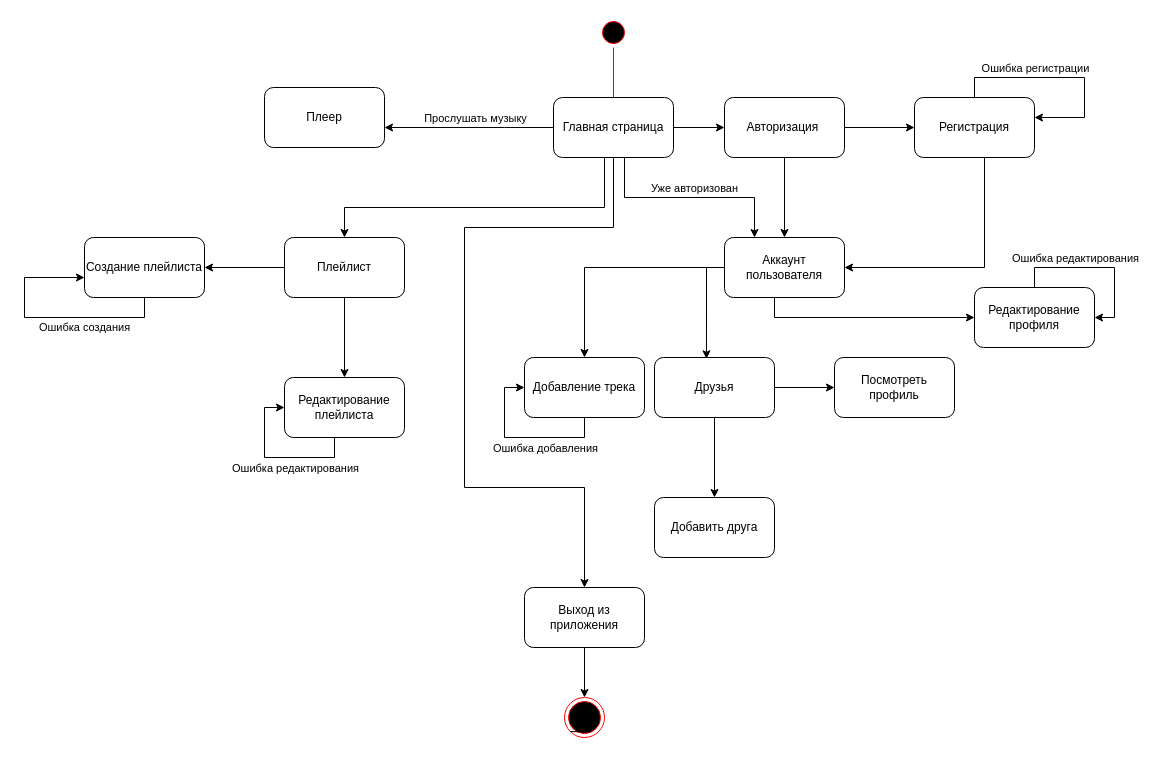
Before: Диаграммы/Диаграмма состояния/Диаграмма состояния.drawio in Roman-30/--5.2-1, a draw.io diagram. Source tidied: cells renumbered, new cells numbered last; positions are measured from the earlier drawing's top-left corner, leaving out a move shared by most shapes. Both pictures are drawn from the tidied source at 100%, with x=0, y=0 at pixel (24, 17).
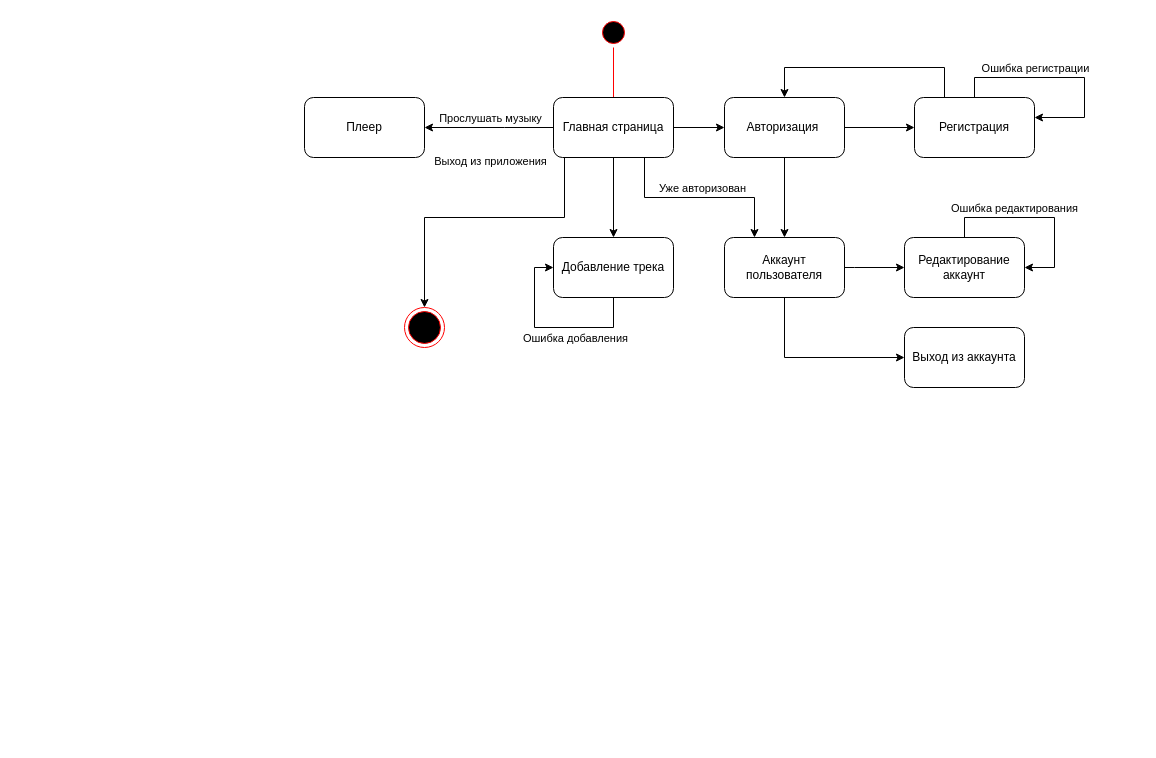
The same diagram, later.

Unchanged cells that the change refers to:
```xml
<mxCell id="12" value="Главная страница" style="rounded=1;whiteSpace=wrap;html=1;" parent="1" vertex="1">
  <mxGeometry x="529" y="80" width="120" height="60" as="geometry" />
</mxCell>
<mxCell id="17" value="Аккаунт пользователя" style="rounded=1;whiteSpace=wrap;html=1;" parent="1" vertex="1">
  <mxGeometry x="700" y="220" width="120" height="60" as="geometry" />
</mxCell>
<mxCell id="19" value="Регистрация" style="rounded=1;whiteSpace=wrap;html=1;" parent="1" vertex="1">
  <mxGeometry x="890" y="80" width="120" height="60" as="geometry" />
</mxCell>
<mxCell id="22" value="Авторизация&amp;nbsp;" style="rounded=1;whiteSpace=wrap;html=1;" parent="1" vertex="1">
  <mxGeometry x="700" y="80" width="120" height="60" as="geometry" />
</mxCell>
```

Change to the diagram source:
```diff
@@
     <mxCell id="4" style="ellipse;html=1;shape=endState;fillColor=#000000;strokeColor=#ff0000;" parent="1" vertex="1">
-      <mxGeometry x="540" y="680" width="40" height="40" as="geometry" />
+      <mxGeometry x="380" y="290" width="40" height="40" as="geometry" />
     </mxCell>
@@
-    <mxCell id="8" style="edgeStyle=orthogonalEdgeStyle;rounded=0;jettySize=auto;html=1;entryX=0.5;entryY=0;entryDx=0;entryDy=0;" parent="1" edge="1" source="12" target="28">
-      <mxGeometry relative="1" as="geometry">
-        <Array as="points">
-          <mxPoint x="580" y="190" />
-          <mxPoint x="320" y="190" />
-        </Array>
-      </mxGeometry>
-    </mxCell>
-    <mxCell id="9" style="edgeStyle=orthogonalEdgeStyle;rounded=0;jettySize=auto;html=1;entryX=0.5;entryY=0;entryDx=0;entryDy=0;" parent="1" edge="1" source="12" target="24">
-      <mxGeometry relative="1" as="geometry">
-        <Array as="points">
-          <mxPoint x="589" y="210" />
-          <mxPoint x="440" y="210" />
-          <mxPoint x="440" y="470" />
-          <mxPoint x="560" y="470" />
-        </Array>
-      </mxGeometry>
-    </mxCell>
     <mxCell id="10" style="edgeStyle=orthogonalEdgeStyle;rounded=0;jettySize=auto;html=1;entryX=0.25;entryY=0;entryDx=0;entryDy=0;" parent="1" edge="1" source="12" target="17">
       <mxGeometry relative="1" as="geometry">
         <Array as="points">
-          <mxPoint x="600" y="180" />
+          <mxPoint x="620" y="180" />
           <mxPoint x="730" y="180" />
         </Array>
       </mxGeometry>
     </mxCell>
@@
+    <mxCell id="47" style="edgeStyle=orthogonalEdgeStyle;rounded=0;jettySize=auto;html=1;" parent="1" edge="1" source="12" target="35">
+      <mxGeometry relative="1" as="geometry" />
+    </mxCell>
+    <mxCell id="48" style="edgeStyle=orthogonalEdgeStyle;rounded=0;jettySize=auto;html=1;entryX=0.5;entryY=0;entryDx=0;entryDy=0;" parent="1" edge="1" source="12" target="4">
+      <mxGeometry relative="1" as="geometry">
+        <Array as="points">
+          <mxPoint x="540" y="200" />
+          <mxPoint x="400" y="200" />
+        </Array>
+      </mxGeometry>
+    </mxCell>
+    <mxCell id="24" value="Выход из приложения" style="edgeLabel;html=1;align=center;verticalAlign=middle;points=[];" parent="48" vertex="1">
+      <mxGeometry x="0.35" y="-1" relative="1" as="geometry">
+        <mxPoint x="61" y="-56" as="offset" />
+      </mxGeometry>
+    </mxCell>
@@
-    <mxCell id="13" style="edgeStyle=orthogonalEdgeStyle;rounded=0;orthogonalLoop=1;jettySize=auto;html=1;exitX=0;exitY=1;exitDx=0;exitDy=0;entryX=0.533;entryY=0.667;entryDx=0;entryDy=0;entryPerimeter=0;" parent="1" edge="1" source="4" target="4">
-      <mxGeometry relative="1" as="geometry" />
-    </mxCell>
     <mxCell id="14" style="edgeStyle=orthogonalEdgeStyle;rounded=0;jettySize=auto;html=1;entryX=0;entryY=0.5;entryDx=0;entryDy=0;" parent="1" edge="1" source="17" target="25">
       <mxGeometry relative="1" as="geometry">
         <Array as="points">
-          <mxPoint x="750" y="300" />
+          <mxPoint x="830" y="250" />
+          <mxPoint x="830" y="250" />
         </Array>
       </mxGeometry>
     </mxCell>
-    <mxCell id="15" style="edgeStyle=orthogonalEdgeStyle;rounded=0;jettySize=auto;html=1;entryX=0.433;entryY=0.022;entryDx=0;entryDy=0;entryPerimeter=0;" parent="1" edge="1" source="17" target="31">
-      <mxGeometry relative="1" as="geometry">
-        <Array as="points">
-          <mxPoint x="682" y="250" />
-        </Array>
-      </mxGeometry>
-    </mxCell>
-    <mxCell id="16" style="edgeStyle=orthogonalEdgeStyle;rounded=0;jettySize=auto;html=1;entryX=0.5;entryY=0;entryDx=0;entryDy=0;" parent="1" edge="1" source="17" target="35">
-      <mxGeometry relative="1" as="geometry" />
-    </mxCell>
+    <mxCell id="49" style="edgeStyle=orthogonalEdgeStyle;rounded=0;jettySize=auto;html=1;" parent="1" edge="1" source="17" target="51">
+      <mxGeometry relative="1" as="geometry">
+        <Array as="points">
+          <mxPoint x="760" y="340" />
+        </Array>
+      </mxGeometry>
+    </mxCell>
@@
-    <mxCell id="18" style="edgeStyle=orthogonalEdgeStyle;rounded=0;jettySize=auto;html=1;entryX=1;entryY=0.5;entryDx=0;entryDy=0;" parent="1" edge="1" source="19" target="17">
-      <mxGeometry relative="1" as="geometry">
-        <Array as="points">
-          <mxPoint x="960" y="250" />
-        </Array>
-      </mxGeometry>
-    </mxCell>
+    <mxCell id="50" style="edgeStyle=orthogonalEdgeStyle;rounded=0;jettySize=auto;html=1;entryX=0.5;entryY=0;entryDx=0;entryDy=0;" parent="1" edge="1" source="19" target="22">
+      <mxGeometry relative="1" as="geometry">
+        <Array as="points">
+          <mxPoint x="920" y="50" />
+          <mxPoint x="760" y="50" />
+        </Array>
+      </mxGeometry>
+    </mxCell>
@@
-    <mxCell id="23" style="edgeStyle=orthogonalEdgeStyle;rounded=0;jettySize=auto;html=1;entryX=0.5;entryY=0;entryDx=0;entryDy=0;" parent="1" edge="1" source="24" target="4">
-      <mxGeometry relative="1" as="geometry" />
-    </mxCell>
-    <mxCell id="24" value="Выход из приложения" style="rounded=1;whiteSpace=wrap;html=1;" parent="1" vertex="1">
-      <mxGeometry x="500" y="570" width="120" height="60" as="geometry" />
-    </mxCell>
-    <mxCell id="25" value="Редактирование профиля" style="rounded=1;whiteSpace=wrap;html=1;" parent="1" vertex="1">
-      <mxGeometry x="950" y="270" width="120" height="60" as="geometry" />
+    <mxCell id="25" value="Редактирование аккаунт" style="rounded=1;whiteSpace=wrap;html=1;" parent="1" vertex="1">
+      <mxGeometry x="880" y="220" width="120" height="60" as="geometry" />
     </mxCell>
-    <mxCell id="26" style="edgeStyle=orthogonalEdgeStyle;rounded=0;jettySize=auto;html=1;" parent="1" edge="1" source="28" target="42">
-      <mxGeometry relative="1" as="geometry" />
-    </mxCell>
-    <mxCell id="27" style="edgeStyle=orthogonalEdgeStyle;rounded=0;jettySize=auto;html=1;" parent="1" edge="1" source="28" target="45">
-      <mxGeometry relative="1" as="geometry" />
-    </mxCell>
-    <mxCell id="28" value="Плейлист" style="rounded=1;whiteSpace=wrap;html=1;" parent="1" vertex="1">
-      <mxGeometry x="260" y="220" width="120" height="60" as="geometry" />
-    </mxCell>
-    <mxCell id="29" style="edgeStyle=orthogonalEdgeStyle;rounded=0;jettySize=auto;html=1;" parent="1" edge="1" source="31" target="32">
-      <mxGeometry relative="1" as="geometry" />
-    </mxCell>
-    <mxCell id="30" style="edgeStyle=orthogonalEdgeStyle;rounded=0;jettySize=auto;html=1;" parent="1" edge="1" source="31" target="33">
-      <mxGeometry relative="1" as="geometry" />
-    </mxCell>
-    <mxCell id="31" value="Друзья" style="rounded=1;whiteSpace=wrap;html=1;" parent="1" vertex="1">
-      <mxGeometry x="630" y="340" width="120" height="60" as="geometry" />
-    </mxCell>
-    <mxCell id="32" value="Добавить друга" style="whiteSpace=wrap;html=1;rounded=1;" parent="1" vertex="1">
-      <mxGeometry x="630" y="480" width="120" height="60" as="geometry" />
-    </mxCell>
-    <mxCell id="33" value="Посмотреть профиль" style="rounded=1;whiteSpace=wrap;html=1;" parent="1" vertex="1">
-      <mxGeometry x="810" y="340" width="120" height="60" as="geometry" />
-    </mxCell>
     <mxCell id="34" value="Плеер" style="rounded=1;whiteSpace=wrap;html=1;" parent="1" vertex="1">
-      <mxGeometry x="240" y="70" width="120" height="60" as="geometry" />
+      <mxGeometry x="280" y="80" width="120" height="60" as="geometry" />
     </mxCell>
     <mxCell id="35" value="Добавление трека" style="rounded=1;whiteSpace=wrap;html=1;" parent="1" vertex="1">
-      <mxGeometry x="500" y="340" width="120" height="60" as="geometry" />
+      <mxGeometry x="529" y="220" width="120" height="60" as="geometry" />
     </mxCell>
@@
     <mxCell id="38" style="edgeStyle=orthogonalEdgeStyle;rounded=0;orthogonalLoop=1;jettySize=auto;html=1;entryX=1;entryY=0.5;entryDx=0;entryDy=0;" parent="1" edge="1" source="25" target="25">
       <mxGeometry relative="1" as="geometry">
         <Array as="points">
-          <mxPoint x="1010" y="250" />
-          <mxPoint x="1090" y="250" />
-          <mxPoint x="1090" y="300" />
+          <mxPoint x="940" y="200" />
+          <mxPoint x="1030" y="200" />
+          <mxPoint x="1030" y="250" />
         </Array>
       </mxGeometry>
     </mxCell>
@@
     <mxCell id="40" style="edgeStyle=orthogonalEdgeStyle;rounded=0;orthogonalLoop=1;jettySize=auto;html=1;entryX=0;entryY=0.5;entryDx=0;entryDy=0;" parent="1" edge="1" source="35" target="35">
       <mxGeometry relative="1" as="geometry">
         <Array as="points">
-          <mxPoint x="560" y="420" />
-          <mxPoint x="480" y="420" />
-          <mxPoint x="480" y="370" />
+          <mxPoint x="589" y="310" />
+          <mxPoint x="510" y="310" />
+          <mxPoint x="510" y="250" />
         </Array>
       </mxGeometry>
     </mxCell>
@@
-    <mxCell id="42" value="Редактирование плейлиста" style="rounded=1;whiteSpace=wrap;html=1;" parent="1" vertex="1">
-      <mxGeometry x="260" y="360" width="120" height="60" as="geometry" />
-    </mxCell>
-    <mxCell id="43" style="edgeStyle=orthogonalEdgeStyle;rounded=0;jettySize=auto;html=1;" parent="1" edge="1" source="42">
-      <mxGeometry relative="1" as="geometry">
-        <mxPoint x="260" y="390" as="targetPoint" />
-        <Array as="points">
-          <mxPoint x="310" y="440" />
-          <mxPoint x="240" y="440" />
-          <mxPoint x="240" y="390" />
-          <mxPoint x="260" y="390" />
-        </Array>
-      </mxGeometry>
-    </mxCell>
-    <mxCell id="44" value="Ошибка редактирования" style="edgeLabel;html=1;align=center;verticalAlign=middle;" parent="43" vertex="1">
-      <mxGeometry x="-0.11" y="1" relative="1" as="geometry">
-        <mxPoint x="11" y="9" as="offset" />
-      </mxGeometry>
-    </mxCell>
-    <mxCell id="45" value="Создание плейлиста" style="rounded=1;whiteSpace=wrap;html=1;" parent="1" vertex="1">
-      <mxGeometry x="60" y="220" width="120" height="60" as="geometry" />
-    </mxCell>
-    <mxCell id="46" value="Ошибка создания" style="edgeStyle=orthogonalEdgeStyle;rounded=0;jettySize=auto;html=1;" parent="1" edge="1" source="45">
-      <mxGeometry x="-0.33" y="10" relative="1" as="geometry">
-        <mxPoint x="60" y="260" as="targetPoint" />
-        <Array as="points">
-          <mxPoint x="120" y="300" />
-          <mxPoint y="300" />
-          <mxPoint y="260" />
-          <mxPoint x="60" y="260" />
-        </Array>
-      </mxGeometry>
-    </mxCell>
+    <mxCell id="51" value="Выход из аккаунта" style="rounded=1;whiteSpace=wrap;html=1;" parent="1" vertex="1">
+      <mxGeometry x="880" y="310" width="120" height="60" as="geometry" />
+    </mxCell>
```
